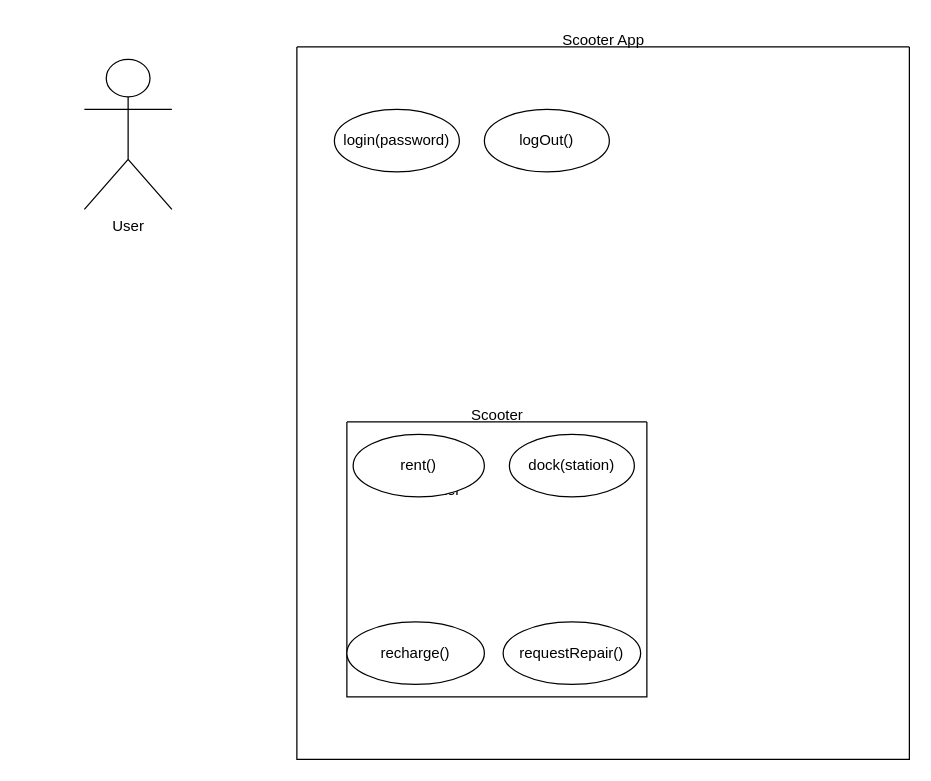
This is useCase.drawio from giulia0909/ScooterProject, a draw.io file, before an edit. Source tidied: cells renumbered, new cells numbered last; positions are measured from the earlier drawing's top-left corner, leaving out a move shared by most shapes. Both pictures are drawn from the tidied source at 125%, with x=0, y=0 at pixel (84, 21).
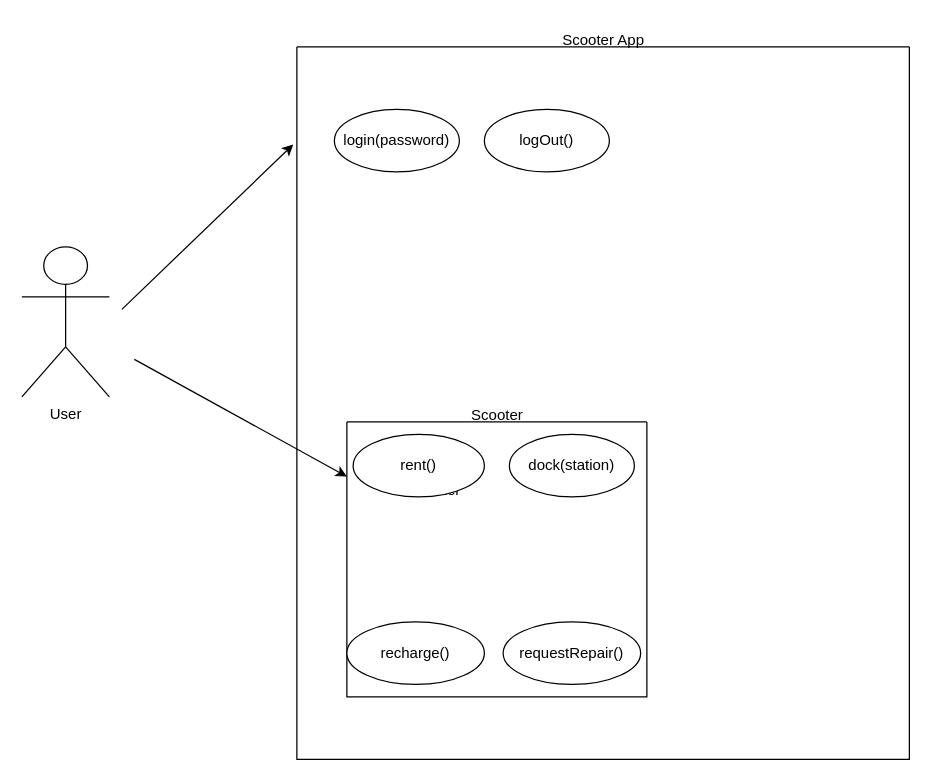
After the change.

Commit message (it also covers changes not shown here):
created sequence diagram

The edit, as a diff of the source:
```diff
@@
 <mxGraphModel>
   <root>
     <mxCell id="0" />
     <mxCell id="1" parent="0" />
     <mxCell id="2" style="swimlane;startSize=0;" parent="1" vertex="1">
       <mxGeometry x="170" y="20" width="490" height="570" as="geometry" />
     </mxCell>
     <mxCell id="3" style="swimlane;startSize=0;" parent="2" vertex="1">
       <mxGeometry x="40" y="300" width="240" height="220" as="geometry" />
     </mxCell>
     <mxCell id="4" value="Scooter" style="text;html=1;align=center;verticalAlign=middle;strokeColor=none;fillColor=none;" parent="3" vertex="1">
       <mxGeometry x="40" y="40" width="60" height="30" as="geometry" />
     </mxCell>
     <mxCell id="5" value="&lt;span style=&quot;&quot;&gt;rent()&lt;/span&gt;" style="ellipse;whiteSpace=wrap;html=1;" parent="3" vertex="1">
       <mxGeometry x="5" y="10" width="105" height="50" as="geometry" />
     </mxCell>
     <mxCell id="6" value="&lt;span style=&quot;&quot;&gt;dock(station)&lt;/span&gt;" style="ellipse;whiteSpace=wrap;html=1;" parent="3" vertex="1">
       <mxGeometry x="130" y="10" width="100" height="50" as="geometry" />
     </mxCell>
     <mxCell id="7" value="&lt;span style=&quot;&quot;&gt;recharge()&lt;/span&gt;" style="ellipse;whiteSpace=wrap;html=1;" parent="3" vertex="1">
       <mxGeometry y="160" width="110" height="50" as="geometry" />
     </mxCell>
     <mxCell id="8" value="&lt;span style=&quot;&quot;&gt;requestRepair()&lt;/span&gt;" style="ellipse;whiteSpace=wrap;html=1;" parent="3" vertex="1">
       <mxGeometry x="125" y="160" width="110" height="50" as="geometry" />
     </mxCell>
     <mxCell id="9" value="login(password)" style="ellipse;whiteSpace=wrap;html=1;" parent="2" vertex="1">
       <mxGeometry x="30" y="50" width="100" height="50" as="geometry" />
     </mxCell>
     <mxCell id="10" value="logOut()" style="ellipse;whiteSpace=wrap;html=1;" parent="2" vertex="1">
       <mxGeometry x="150" y="50" width="100" height="50" as="geometry" />
     </mxCell>
     <mxCell id="11" value="Scooter" style="text;html=1;align=center;verticalAlign=middle;strokeColor=none;fillColor=none;" parent="2" vertex="1">
       <mxGeometry x="130" y="280" width="60" height="30" as="geometry" />
     </mxCell>
     <mxCell id="12" value="User" style="shape=umlActor;verticalLabelPosition=bottom;verticalAlign=top;html=1;" parent="1" vertex="1">
-      <mxGeometry y="30" width="70" height="120" as="geometry" />
+      <mxGeometry x="-50" y="180" width="70" height="120" as="geometry" />
     </mxCell>
     <mxCell id="13" value="Scooter App" style="text;html=1;align=center;verticalAlign=middle;strokeColor=none;fillColor=none;" parent="1" vertex="1">
       <mxGeometry x="370" width="90" height="30" as="geometry" />
     </mxCell>
+    <mxCell id="14" style="endArrow=classic;html=1;entryX=-0.006;entryY=0.137;entryDx=0;entryDy=0;entryPerimeter=0;" parent="1" edge="1" target="2">
+      <mxGeometry relative="1" as="geometry">
+        <mxPoint x="30" y="230" as="sourcePoint" />
+      </mxGeometry>
+    </mxCell>
+    <mxCell id="15" style="endArrow=classic;html=1;" parent="1" edge="1" target="3">
+      <mxGeometry relative="1" as="geometry">
+        <mxPoint x="40" y="270" as="sourcePoint" />
+      </mxGeometry>
+    </mxCell>
   </root>
 </mxGraphModel>
```
